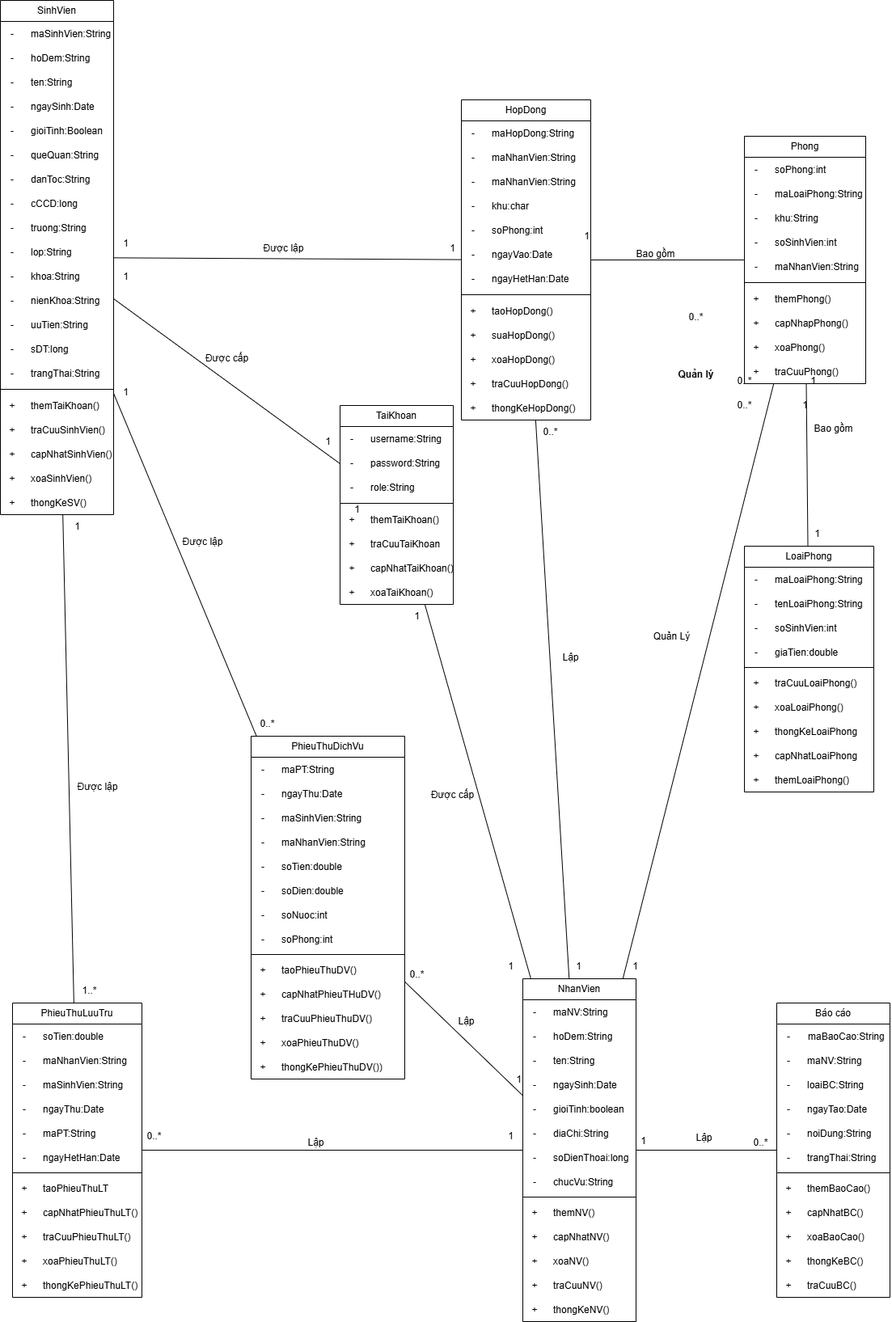
This is QuanLyKTXCLassDiagram.drawio.png from huyga1185/quanLyKTX_22CT4, a draw.io export, as it was before one commit. Source tidied: cells renumbered, new cells last; positions are measured from the earlier drawing's top-left corner, leaving out a move shared by most shapes.
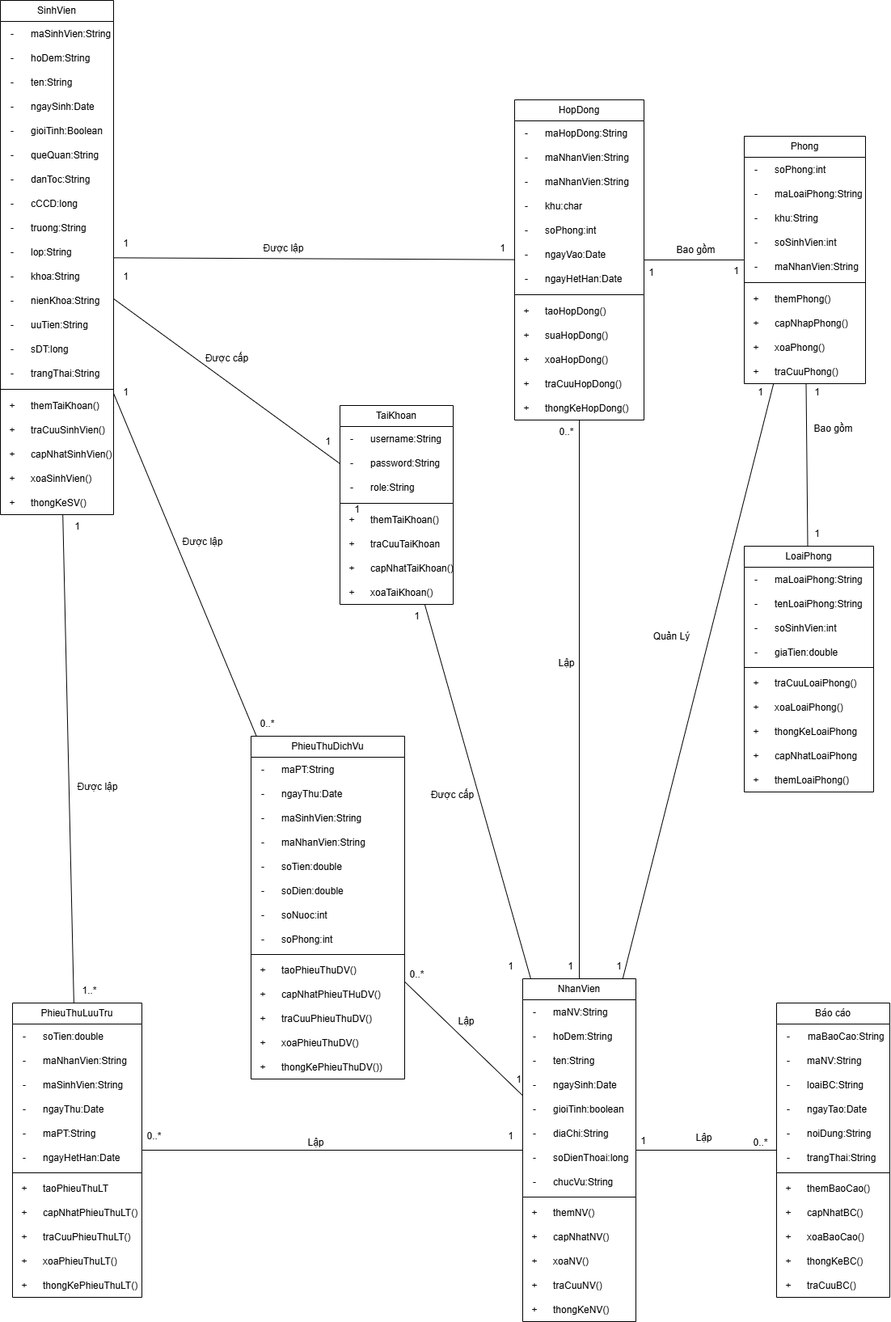
After the change.

Diff of the diagram source:
```diff
@@ -297,7 +297,7 @@
       <mxGeometry x="30" width="150" height="30" as="geometry" />
     </mxCell>
     <mxCell id="100" value="HopDong" style="swimlane;fontStyle=0;horizontal=1;startSize=26;fillColor=none;whiteSpace=wrap;html=1;" parent="1" vertex="1">
-      <mxGeometry x="570" y="123" width="160" height="396" as="geometry" />
+      <mxGeometry x="636" y="123" width="160" height="396" as="geometry" />
     </mxCell>
     <mxCell id="101" style="shape=tableRow;horizontal=0;startSize=0;swimlaneHead=0;swimlaneBody=0;fillColor=none;top=0;left=0;right=0;bottom=0;" parent="100" vertex="1">
       <mxGeometry y="26" width="160" height="30" as="geometry" />
@@ -828,7 +828,7 @@
       <mxGeometry x="310" y="294" width="80" height="26" as="geometry" />
     </mxCell>
     <mxCell id="277" value="&lt;span style=&quot;font-weight: normal;&quot;&gt;Lập&lt;/span&gt;" style="text;align=center;fontStyle=1;verticalAlign=middle;spacingLeft=3;spacingRight=3;strokeColor=none;html=1;" parent="1" vertex="1">
-      <mxGeometry x="665" y="800" width="80" height="26" as="geometry" />
+      <mxGeometry x="660" y="807" width="80" height="26" as="geometry" />
     </mxCell>
     <mxCell id="278" value="&lt;span style=&quot;font-weight: normal;&quot;&gt;Được cấp&lt;/span&gt;" style="text;align=center;fontStyle=1;verticalAlign=middle;spacingLeft=3;spacingRight=3;strokeColor=none;html=1;" parent="1" vertex="1">
       <mxGeometry x="519" y="970" width="80" height="26" as="geometry" />
@@ -843,11 +843,8 @@
       <mxGeometry x="80" y="960" width="80" height="26" as="geometry" />
     </mxCell>
     <mxCell id="282" value="&lt;span style=&quot;font-weight: normal;&quot;&gt;Bao gồm&lt;/span&gt;" style="text;align=center;fontStyle=1;verticalAlign=middle;spacingLeft=3;spacingRight=3;strokeColor=none;html=1;" parent="1" vertex="1">
-      <mxGeometry x="770" y="301" width="80" height="26" as="geometry" />
+      <mxGeometry x="820" y="296" width="80" height="26" as="geometry" />
     </mxCell>
-    <mxCell id="283" value="Quản lý" style="text;align=center;fontStyle=1;verticalAlign=middle;spacingLeft=3;spacingRight=3;strokeColor=none;html=1;" parent="1" vertex="1">
-      <mxGeometry x="820" y="450" width="80" height="26" as="geometry" />
-    </mxCell>
     <mxCell id="284" value="&lt;span style=&quot;font-weight: 400;&quot;&gt;Quản Lý&lt;/span&gt;" style="text;align=center;fontStyle=1;verticalAlign=middle;spacingLeft=3;spacingRight=3;strokeColor=none;html=1;" parent="1" vertex="1">
       <mxGeometry x="790" y="774" width="80" height="26" as="geometry" />
     </mxCell>
@@ -855,11 +852,8 @@
       <mxGeometry x="990" y="517" width="80" height="26" as="geometry" />
     </mxCell>
     <mxCell id="286" value="1" style="text;html=1;align=center;verticalAlign=middle;strokeColor=none;fillColor=none;" parent="1" vertex="1">
-      <mxGeometry x="770" y="1180" width="30" height="30" as="geometry" />
+      <mxGeometry x="750" y="1180" width="30" height="30" as="geometry" />
     </mxCell>
-    <mxCell id="287" value="0..*" style="text;html=1;align=center;verticalAlign=middle;strokeColor=none;fillColor=none;" parent="1" vertex="1">
-      <mxGeometry x="900" y="486" width="40" height="30" as="geometry" />
-    </mxCell>
     <mxCell id="288" value="1" style="text;html=1;align=center;verticalAlign=middle;strokeColor=none;fillColor=none;" parent="1" vertex="1">
       <mxGeometry x="500" y="747" width="30" height="30" as="geometry" />
     </mxCell>
@@ -888,32 +882,29 @@
       <mxGeometry x="140" y="286" width="30" height="30" as="geometry" />
     </mxCell>
     <mxCell id="297" value="1" style="text;html=1;align=center;verticalAlign=middle;strokeColor=none;fillColor=none;" parent="1" vertex="1">
-      <mxGeometry x="544" y="292" width="30" height="30" as="geometry" />
+      <mxGeometry x="606" y="292" width="30" height="30" as="geometry" />
     </mxCell>
     <mxCell id="298" value="1" style="text;html=1;align=center;verticalAlign=middle;strokeColor=none;fillColor=none;" parent="1" vertex="1">
-      <mxGeometry x="710" y="277" width="30" height="30" as="geometry" />
+      <mxGeometry x="790" y="322" width="30" height="30" as="geometry" />
     </mxCell>
     <mxCell id="299" value="1" style="text;html=1;align=center;verticalAlign=middle;strokeColor=none;fillColor=none;" parent="1" vertex="1">
       <mxGeometry x="995" y="645" width="30" height="30" as="geometry" />
     </mxCell>
     <mxCell id="300" value="1" style="text;html=1;align=center;verticalAlign=middle;strokeColor=none;fillColor=none;" parent="1" vertex="1">
-      <mxGeometry x="700" y="1180" width="30" height="30" as="geometry" />
+      <mxGeometry x="690" y="1180" width="30" height="30" as="geometry" />
     </mxCell>
     <mxCell id="301" value="0..*" style="text;html=1;align=center;verticalAlign=middle;strokeColor=none;fillColor=none;" parent="1" vertex="1">
-      <mxGeometry x="660" y="519" width="40" height="30" as="geometry" />
+      <mxGeometry x="680" y="519" width="40" height="30" as="geometry" />
     </mxCell>
     <mxCell id="302" value="1" style="text;html=1;align=center;verticalAlign=middle;strokeColor=none;fillColor=none;" parent="1" vertex="1">
-      <mxGeometry x="990" y="456" width="30" height="30" as="geometry" />
+      <mxGeometry x="995" y="470" width="30" height="30" as="geometry" />
     </mxCell>
     <mxCell id="303" value="1" style="text;html=1;align=center;verticalAlign=middle;strokeColor=none;fillColor=none;" parent="1" vertex="1">
       <mxGeometry x="616" y="1180" width="30" height="30" as="geometry" />
     </mxCell>
-    <mxCell id="304" value="0..*" style="text;html=1;align=center;verticalAlign=middle;strokeColor=none;fillColor=none;" parent="1" vertex="1">
-      <mxGeometry x="840" y="377" width="40" height="30" as="geometry" />
+    <mxCell id="304" value="1" style="text;html=1;align=center;verticalAlign=middle;strokeColor=none;fillColor=none;" parent="1" vertex="1">
+      <mxGeometry x="895" y="320" width="30" height="30" as="geometry" />
     </mxCell>
-    <mxCell id="305" value="0..*" style="text;html=1;align=center;verticalAlign=middle;strokeColor=none;fillColor=none;" parent="1" vertex="1">
-      <mxGeometry x="900" y="456" width="40" height="30" as="geometry" />
-    </mxCell>
     <mxCell id="306" style="shape=tableRow;horizontal=0;startSize=0;swimlaneHead=0;swimlaneBody=0;fillColor=none;top=0;left=0;right=0;bottom=0;" parent="1" vertex="1">
       <mxGeometry x="10" y="123" width="140" height="30" as="geometry" />
     </mxCell>
@@ -1146,7 +1137,7 @@
       <mxGeometry x="210" y="657" width="80" height="26" as="geometry" />
     </mxCell>
     <mxCell id="383" value="1" style="text;html=1;align=center;verticalAlign=middle;strokeColor=none;fillColor=none;" parent="1" vertex="1">
-      <mxGeometry x="980" y="486" width="30" height="30" as="geometry" />
+      <mxGeometry x="925" y="470" width="30" height="30" as="geometry" />
     </mxCell>
     <mxCell id="384" value="1" style="text;html=1;align=center;verticalAlign=middle;strokeColor=none;fillColor=none;" parent="1" vertex="1">
       <mxGeometry x="626" y="1320" width="30" height="30" as="geometry" />
```
